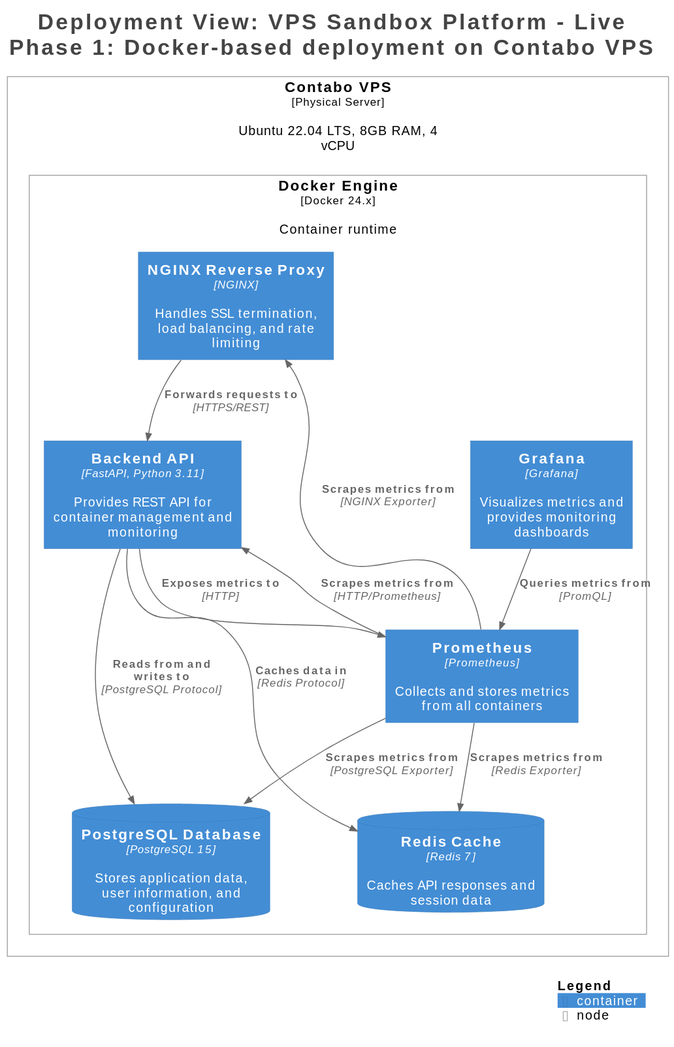
Above: docs/projects/vps-sandbox-platform/images/c4-docker-deployment.svg in christosm-dev/christosm.dev (PlantUML), before the change. Its diagram source:
```plantuml
@startuml
title <size:24>Deployment View: VPS Sandbox Platform - Live</size>\n<size:24>Phase 1: Docker-based deployment on Contabo VPS</size>

set separator none
top to bottom direction

<style>
  root {
    BackgroundColor: #ffffff
    FontColor: #444444
  }
</style>

!include <C4/C4>
!include <C4/C4_Context>
!include <C4/C4_Container>
!include <C4/C4_Deployment>

Deployment_Node(Live.ContaboVPS, "Contabo VPS", $type="Physical Server", $descr="Ubuntu 22.04 LTS, 8GB RAM, 4 vCPU", $tags="", $link="") {
  Deployment_Node(Live.ContaboVPS.DockerEngine, "Docker Engine", $type="Docker 24.x", $descr="Container runtime", $tags="", $link="") {
    Container(Live.ContaboVPS.DockerEngine.NGINXReverseProxy_1, "NGINX Reverse Proxy", $techn="NGINX", $descr="Handles SSL termination, load balancing, and rate limiting", $tags="", $link="")
    Container(Live.ContaboVPS.DockerEngine.BackendAPI_1, "Backend API", $techn="FastAPI, Python 3.11", $descr="Provides REST API for container management and monitoring", $tags="", $link="")
    ContainerDb(Live.ContaboVPS.DockerEngine.PostgreSQLDatabase_1, "PostgreSQL Database", $techn="PostgreSQL 15", $descr="Stores application data, user information, and configuration", $tags="", $link="")
    ContainerDb(Live.ContaboVPS.DockerEngine.RedisCache_1, "Redis Cache", $techn="Redis 7", $descr="Caches API responses and session data", $tags="", $link="")
    Container(Live.ContaboVPS.DockerEngine.Prometheus_1, "Prometheus", $techn="Prometheus", $descr="Collects and stores metrics from all containers", $tags="", $link="")
    Container(Live.ContaboVPS.DockerEngine.Grafana_1, "Grafana", $techn="Grafana", $descr="Visualizes metrics and provides monitoring dashboards", $tags="", $link="")
  }

}

Rel(Live.ContaboVPS.DockerEngine.NGINXReverseProxy_1, Live.ContaboVPS.DockerEngine.BackendAPI_1, "Forwards requests to", $techn="HTTPS/REST", $tags="", $link="")
Rel(Live.ContaboVPS.DockerEngine.BackendAPI_1, Live.ContaboVPS.DockerEngine.PostgreSQLDatabase_1, "Reads from and writes to", $techn="PostgreSQL Protocol", $tags="", $link="")
Rel(Live.ContaboVPS.DockerEngine.BackendAPI_1, Live.ContaboVPS.DockerEngine.RedisCache_1, "Caches data in", $techn="Redis Protocol", $tags="", $link="")
Rel(Live.ContaboVPS.DockerEngine.Prometheus_1, Live.ContaboVPS.DockerEngine.NGINXReverseProxy_1, "Scrapes metrics from", $techn="NGINX Exporter", $tags="", $link="")
Rel(Live.ContaboVPS.DockerEngine.Prometheus_1, Live.ContaboVPS.DockerEngine.BackendAPI_1, "Scrapes metrics from", $techn="HTTP/Prometheus", $tags="", $link="")
Rel(Live.ContaboVPS.DockerEngine.BackendAPI_1, Live.ContaboVPS.DockerEngine.Prometheus_1, "Exposes metrics to", $techn="HTTP", $tags="", $link="")
Rel(Live.ContaboVPS.DockerEngine.Prometheus_1, Live.ContaboVPS.DockerEngine.PostgreSQLDatabase_1, "Scrapes metrics from", $techn="PostgreSQL Exporter", $tags="", $link="")
Rel(Live.ContaboVPS.DockerEngine.Prometheus_1, Live.ContaboVPS.DockerEngine.RedisCache_1, "Scrapes metrics from", $techn="Redis Exporter", $tags="", $link="")
Rel(Live.ContaboVPS.DockerEngine.Grafana_1, Live.ContaboVPS.DockerEngine.Prometheus_1, "Queries metrics from", $techn="PromQL", $tags="", $link="")

SHOW_LEGEND(true)
hide stereotypes
@enduml
```
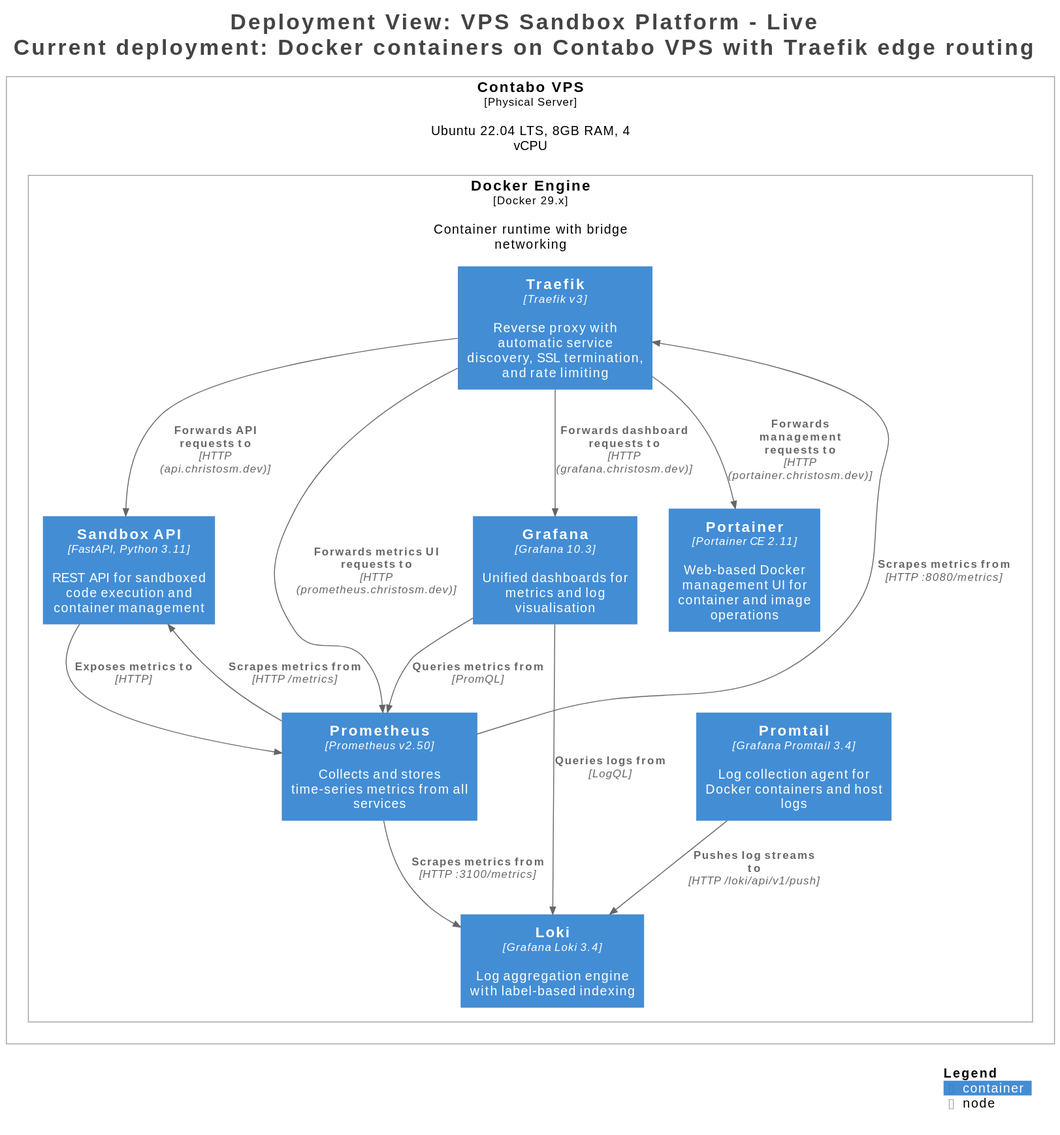
The same file after the commit.

Change to the diagram source:
```diff
@@ -1,5 +1,5 @@
 @startuml
-title <size:24>Deployment View: VPS Sandbox Platform - Live</size>\n<size:24>Phase 1: Docker-based deployment on Contabo VPS</size>
+title <size:24>Deployment View: VPS Sandbox Platform - Live</size>\n<size:24>Current deployment: Docker containers on Contabo VPS with Traefik edge routing</size>
 
 set separator none
 top to bottom direction
@@ -17,26 +17,29 @@
 !include <C4/C4_Deployment>
 
 Deployment_Node(Live.ContaboVPS, "Contabo VPS", $type="Physical Server", $descr="Ubuntu 22.04 LTS, 8GB RAM, 4 vCPU", $tags="", $link="") {
-  Deployment_Node(Live.ContaboVPS.DockerEngine, "Docker Engine", $type="Docker 24.x", $descr="Container runtime", $tags="", $link="") {
-    Container(Live.ContaboVPS.DockerEngine.NGINXReverseProxy_1, "NGINX Reverse Proxy", $techn="NGINX", $descr="Handles SSL termination, load balancing, and rate limiting", $tags="", $link="")
-    Container(Live.ContaboVPS.DockerEngine.BackendAPI_1, "Backend API", $techn="FastAPI, Python 3.11", $descr="Provides REST API for container management and monitoring", $tags="", $link="")
-    ContainerDb(Live.ContaboVPS.DockerEngine.PostgreSQLDatabase_1, "PostgreSQL Database", $techn="PostgreSQL 15", $descr="Stores application data, user information, and configuration", $tags="", $link="")
-    ContainerDb(Live.ContaboVPS.DockerEngine.RedisCache_1, "Redis Cache", $techn="Redis 7", $descr="Caches API responses and session data", $tags="", $link="")
-    Container(Live.ContaboVPS.DockerEngine.Prometheus_1, "Prometheus", $techn="Prometheus", $descr="Collects and stores metrics from all containers", $tags="", $link="")
-    Container(Live.ContaboVPS.DockerEngine.Grafana_1, "Grafana", $techn="Grafana", $descr="Visualizes metrics and provides monitoring dashboards", $tags="", $link="")
+  Deployment_Node(Live.ContaboVPS.DockerEngine, "Docker Engine", $type="Docker 29.x", $descr="Container runtime with bridge networking", $tags="", $link="") {
+    Container(Live.ContaboVPS.DockerEngine.Traefik_1, "Traefik", $techn="Traefik v3", $descr="Reverse proxy with automatic service discovery, SSL termination, and rate limiting", $tags="", $link="")
+    Container(Live.ContaboVPS.DockerEngine.SandboxAPI_1, "Sandbox API", $techn="FastAPI, Python 3.11", $descr="REST API for sandboxed code execution and container management", $tags="", $link="")
+    Container(Live.ContaboVPS.DockerEngine.Prometheus_1, "Prometheus", $techn="Prometheus v2.50", $descr="Collects and stores time-series metrics from all services", $tags="", $link="")
+    Container(Live.ContaboVPS.DockerEngine.Grafana_1, "Grafana", $techn="Grafana 10.3", $descr="Unified dashboards for metrics and log visualisation", $tags="", $link="")
+    Container(Live.ContaboVPS.DockerEngine.Loki_1, "Loki", $techn="Grafana Loki 3.4", $descr="Log aggregation engine with label-based indexing", $tags="", $link="")
+    Container(Live.ContaboVPS.DockerEngine.Promtail_1, "Promtail", $techn="Grafana Promtail 3.4", $descr="Log collection agent for Docker containers and host logs", $tags="", $link="")
+    Container(Live.ContaboVPS.DockerEngine.Portainer_1, "Portainer", $techn="Portainer CE 2.11", $descr="Web-based Docker management UI for container and image operations", $tags="", $link="")
   }
 
 }
 
-Rel(Live.ContaboVPS.DockerEngine.NGINXReverseProxy_1, Live.ContaboVPS.DockerEngine.BackendAPI_1, "Forwards requests to", $techn="HTTPS/REST", $tags="", $link="")
-Rel(Live.ContaboVPS.DockerEngine.BackendAPI_1, Live.ContaboVPS.DockerEngine.PostgreSQLDatabase_1, "Reads from and writes to", $techn="PostgreSQL Protocol", $tags="", $link="")
-Rel(Live.ContaboVPS.DockerEngine.BackendAPI_1, Live.ContaboVPS.DockerEngine.RedisCache_1, "Caches data in", $techn="Redis Protocol", $tags="", $link="")
-Rel(Live.ContaboVPS.DockerEngine.Prometheus_1, Live.ContaboVPS.DockerEngine.NGINXReverseProxy_1, "Scrapes metrics from", $techn="NGINX Exporter", $tags="", $link="")
-Rel(Live.ContaboVPS.DockerEngine.Prometheus_1, Live.ContaboVPS.DockerEngine.BackendAPI_1, "Scrapes metrics from", $techn="HTTP/Prometheus", $tags="", $link="")
-Rel(Live.ContaboVPS.DockerEngine.BackendAPI_1, Live.ContaboVPS.DockerEngine.Prometheus_1, "Exposes metrics to", $techn="HTTP", $tags="", $link="")
-Rel(Live.ContaboVPS.DockerEngine.Prometheus_1, Live.ContaboVPS.DockerEngine.PostgreSQLDatabase_1, "Scrapes metrics from", $techn="PostgreSQL Exporter", $tags="", $link="")
-Rel(Live.ContaboVPS.DockerEngine.Prometheus_1, Live.ContaboVPS.DockerEngine.RedisCache_1, "Scrapes metrics from", $techn="Redis Exporter", $tags="", $link="")
+Rel(Live.ContaboVPS.DockerEngine.Traefik_1, Live.ContaboVPS.DockerEngine.SandboxAPI_1, "Forwards API requests to", $techn="HTTP (api.christosm.dev)", $tags="", $link="")
+Rel(Live.ContaboVPS.DockerEngine.Prometheus_1, Live.ContaboVPS.DockerEngine.Traefik_1, "Scrapes metrics from", $techn="HTTP :8080/metrics", $tags="", $link="")
+Rel(Live.ContaboVPS.DockerEngine.Traefik_1, Live.ContaboVPS.DockerEngine.Prometheus_1, "Forwards metrics UI requests to", $techn="HTTP (prometheus.christosm.dev)", $tags="", $link="")
+Rel(Live.ContaboVPS.DockerEngine.Prometheus_1, Live.ContaboVPS.DockerEngine.SandboxAPI_1, "Scrapes metrics from", $techn="HTTP /metrics", $tags="", $link="")
+Rel(Live.ContaboVPS.DockerEngine.SandboxAPI_1, Live.ContaboVPS.DockerEngine.Prometheus_1, "Exposes metrics to", $techn="HTTP", $tags="", $link="")
+Rel(Live.ContaboVPS.DockerEngine.Traefik_1, Live.ContaboVPS.DockerEngine.Grafana_1, "Forwards dashboard requests to", $techn="HTTP (grafana.christosm.dev)", $tags="", $link="")
 Rel(Live.ContaboVPS.DockerEngine.Grafana_1, Live.ContaboVPS.DockerEngine.Prometheus_1, "Queries metrics from", $techn="PromQL", $tags="", $link="")
+Rel(Live.ContaboVPS.DockerEngine.Prometheus_1, Live.ContaboVPS.DockerEngine.Loki_1, "Scrapes metrics from", $techn="HTTP :3100/metrics", $tags="", $link="")
+Rel(Live.ContaboVPS.DockerEngine.Grafana_1, Live.ContaboVPS.DockerEngine.Loki_1, "Queries logs from", $techn="LogQL", $tags="", $link="")
+Rel(Live.ContaboVPS.DockerEngine.Promtail_1, Live.ContaboVPS.DockerEngine.Loki_1, "Pushes log streams to", $techn="HTTP /loki/api/v1/push", $tags="", $link="")
+Rel(Live.ContaboVPS.DockerEngine.Traefik_1, Live.ContaboVPS.DockerEngine.Portainer_1, "Forwards management requests to", $techn="HTTP (portainer.christosm.dev)", $tags="", $link="")
 
 SHOW_LEGEND(true)
 hide stereotypes
```
